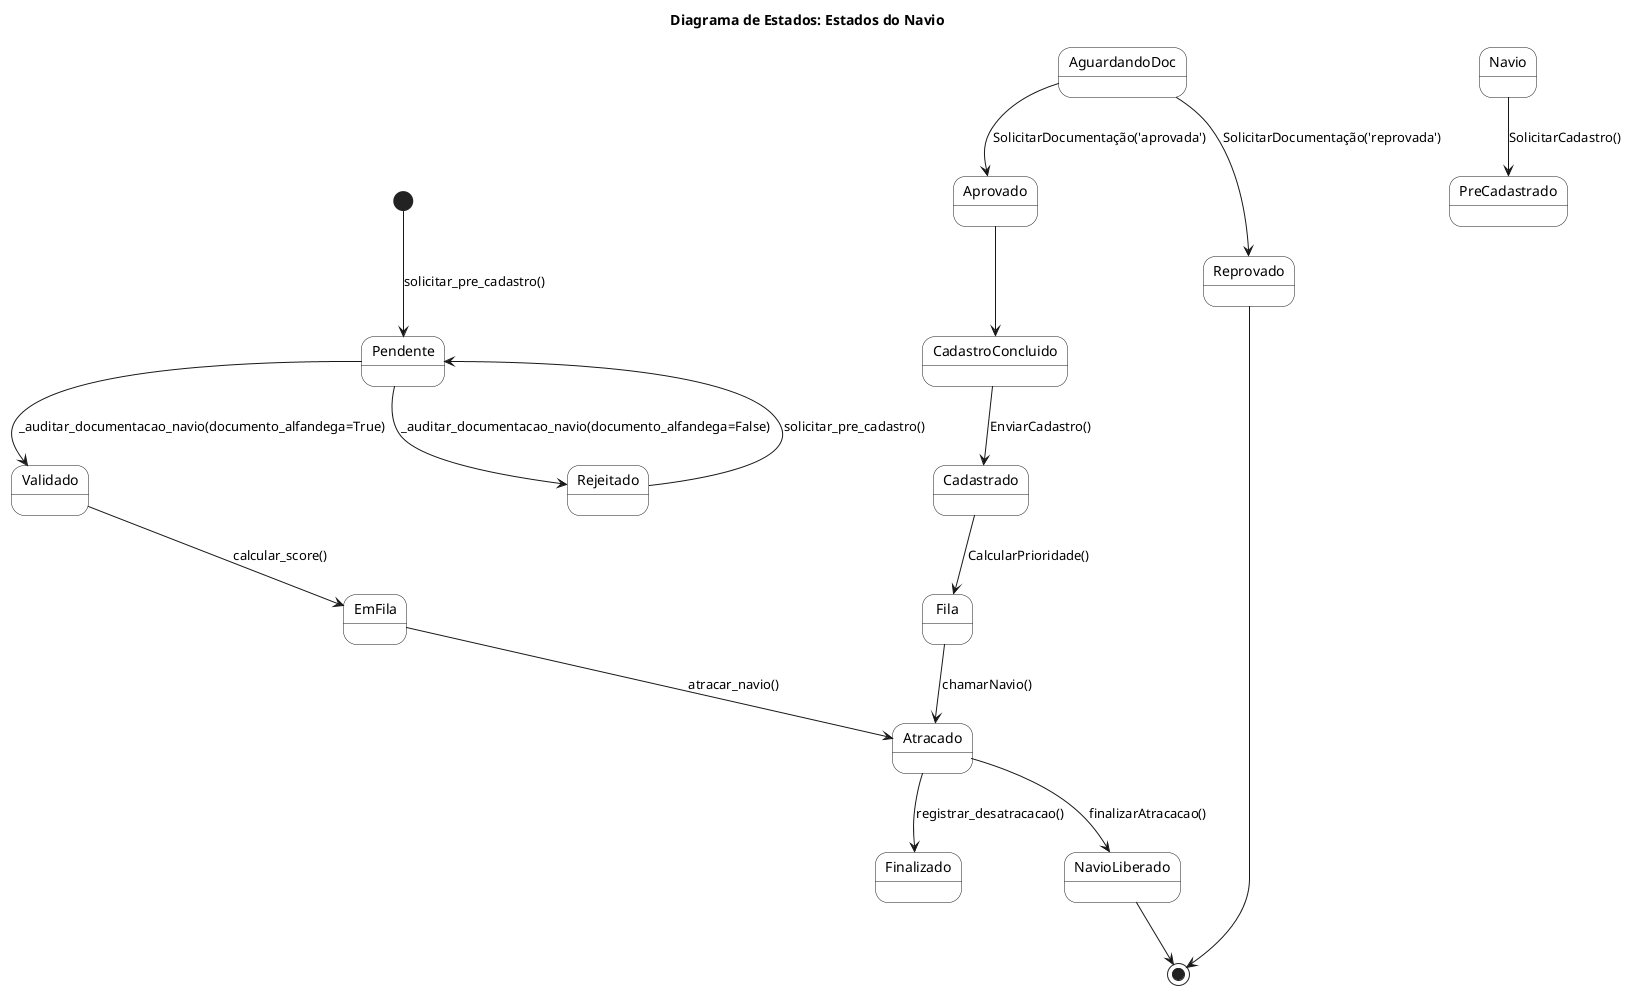
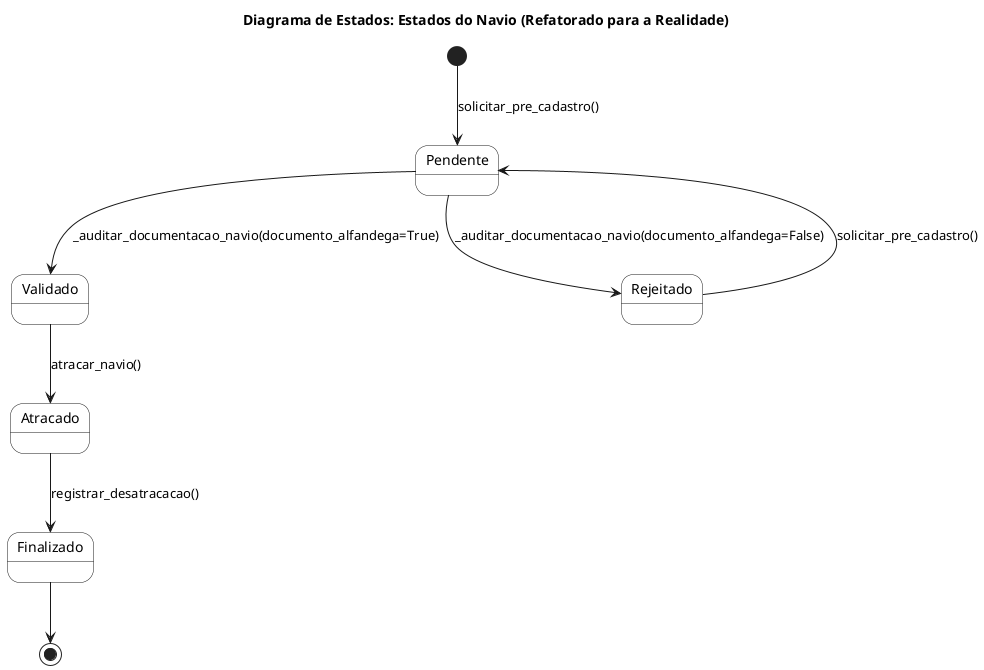
@startuml
- title Diagrama de Estados: Estados do Navio
+ title Diagrama de Estados: Estados do Navio (Refatorado para a Realidade)

skinparam state {
    RoundCorner 20
    BackgroundColor White
}

[*] --> Pendente : solicitar_pre_cadastro()

state Pendente
state Validado
state Rejeitado
+ state Atracado
+ state Finalizado

Pendente --> Validado : _auditar_documentacao_navio(documento_alfandega=True)
Pendente --> Rejeitado : _auditar_documentacao_navio(documento_alfandega=False)
Rejeitado --> Pendente : solicitar_pre_cadastro()

- Navio --> PreCadastrado : SolicitarCadastro()
- 
- Validado --> EmFila : calcular_score()
- EmFila --> Atracado : atracar_navio()
+ Validado --> Atracado : atracar_navio()
Atracado --> Finalizado : registrar_desatracacao()
- 
- AguardandoDoc --> Aprovado :  SolicitarDocumentação('aprovada')
- AguardandoDoc --> Reprovado : SolicitarDocumentação('reprovada')
- 
- Reprovado --> [*]
- 
- Aprovado --> CadastroConcluido
- 
- CadastroConcluido --> Cadastrado : EnviarCadastro()
- 
- Cadastrado --> Fila : CalcularPrioridade()
- 
- Fila --> Atracado : chamarNavio()
- 
- Atracado --> NavioLiberado : finalizarAtracacao()
- 
- NavioLiberado --> [*]
+ Finalizado --> [*]

@enduml
